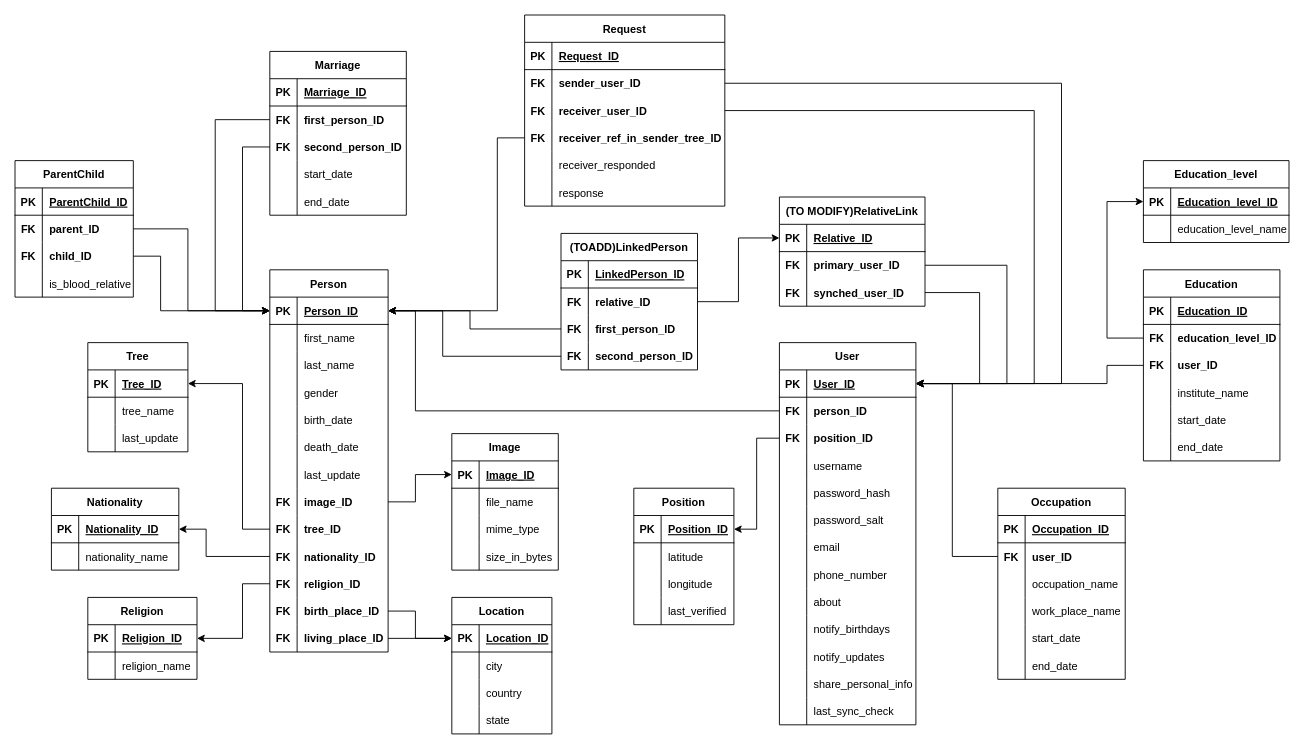
Earlier version of the draw.io diagram genealoryTree.drawio (bogdandr14/Genealogy-Tree). Source tidied: cells renumbered, new cells numbered last; positions are measured from the earlier drawing's top-left corner, leaving out a move shared by most shapes. Both pictures are drawn from the tidied source at 91%, with x=0, y=0 at pixel (15, 15).
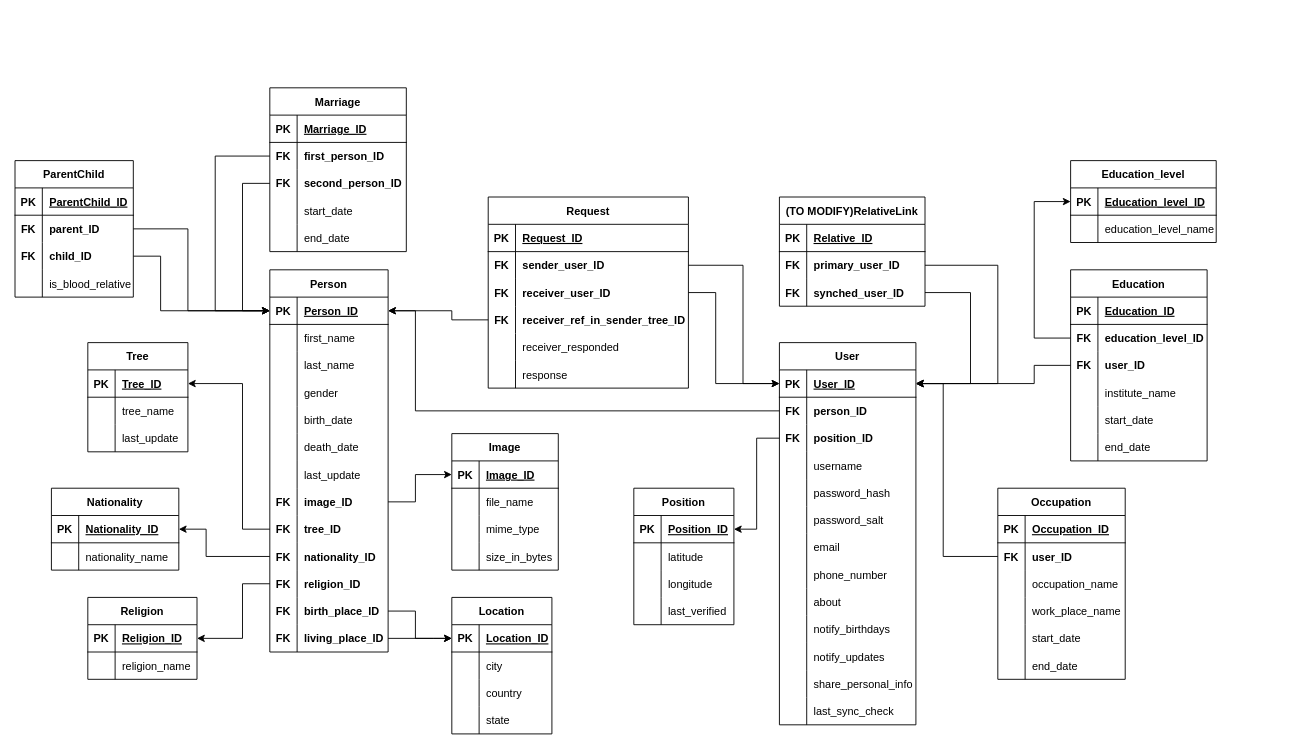
After the change.

Commit message (it also covers changes not shown here):
small improvements to person avatar

Unchanged cells that the change refers to:
```xml
<mxCell id="3" style="shape=partialRectangle;fillColor=none;top=0;left=0;bottom=1;right=0;points=[[0,0.5],[1,0.5]];portConstraint=eastwest;" parent="2" vertex="1">
  <mxGeometry y="30" width="130" height="30" as="geometry" />
</mxCell>
<mxCell id="48" style="shape=partialRectangle;fillColor=none;top=0;left=0;bottom=0;right=0;points=[[0,0.5],[1,0.5]];portConstraint=eastwest;fontStyle=1;" parent="44" vertex="1">
  <mxGeometry y="60" width="150" height="30" as="geometry" />
</mxCell>
<mxCell id="51" style="shape=partialRectangle;fillColor=none;top=0;left=0;bottom=0;right=0;points=[[0,0.5],[1,0.5]];portConstraint=eastwest;fontStyle=1;" parent="44" vertex="1">
  <mxGeometry y="90" width="150" height="30" as="geometry" />
</mxCell>
<mxCell id="61" style="shape=partialRectangle;fillColor=none;top=0;left=0;bottom=1;right=0;points=[[0,0.5],[1,0.5]];portConstraint=eastwest;" parent="60" vertex="1">
  <mxGeometry y="30" width="160" height="30" as="geometry" />
</mxCell>
<mxCell id="64" style="shape=partialRectangle;fillColor=none;top=0;left=0;bottom=0;right=0;points=[[0,0.5],[1,0.5]];portConstraint=eastwest;fontStyle=1;" parent="60" vertex="1">
  <mxGeometry y="60" width="160" height="30" as="geometry" />
</mxCell>
<mxCell id="67" style="shape=partialRectangle;fillColor=none;top=0;left=0;bottom=0;right=0;points=[[0,0.5],[1,0.5]];portConstraint=eastwest;fontStyle=1;" parent="60" vertex="1">
  <mxGeometry y="90" width="160" height="30" as="geometry" />
</mxCell>
<mxCell id="71" style="shape=partialRectangle;fillColor=none;top=0;left=0;bottom=1;right=0;points=[[0,0.5],[1,0.5]];portConstraint=eastwest;" parent="70" vertex="1">
  <mxGeometry y="30" width="150" height="30" as="geometry" />
</mxCell>
<mxCell id="132" style="shape=partialRectangle;fillColor=none;top=0;left=0;bottom=0;right=0;points=[[0,0.5],[1,0.5]];portConstraint=eastwest;fontStyle=1;" parent="128" vertex="1">
  <mxGeometry y="60" width="150" height="30" as="geometry" />
</mxCell>
<mxCell id="135" style="shape=partialRectangle;fillColor=none;top=0;left=0;bottom=0;right=0;points=[[0,0.5],[1,0.5]];portConstraint=eastwest;fontStyle=1;" parent="128" vertex="1">
  <mxGeometry y="90" width="150" height="30" as="geometry" />
</mxCell>
<mxCell id="160" style="shape=partialRectangle;fillColor=none;top=0;left=0;bottom=0;right=0;points=[[0,0.5],[1,0.5]];portConstraint=eastwest;fontStyle=1;" parent="156" vertex="1">
  <mxGeometry y="60" width="140" height="30" as="geometry" />
</mxCell>
<mxCell id="179" style="shape=partialRectangle;fillColor=none;top=0;left=0;bottom=0;right=0;points=[[0,0.5],[1,0.5]];portConstraint=eastwest;fontStyle=1;" parent="175" vertex="1">
  <mxGeometry y="60" width="220" height="30" as="geometry" />
</mxCell>
<mxCell id="182" style="shape=partialRectangle;fillColor=none;top=0;left=0;bottom=0;right=0;points=[[0,0.5],[1,0.5]];portConstraint=eastwest;fontStyle=1;" parent="175" vertex="1">
  <mxGeometry y="90" width="220" height="30" as="geometry" />
</mxCell>
<mxCell id="185" style="shape=partialRectangle;fillColor=none;top=0;left=0;bottom=0;right=0;points=[[0,0.5],[1,0.5]];portConstraint=eastwest;fontStyle=1;" parent="175" vertex="1">
  <mxGeometry y="120" width="220" height="30" as="geometry" />
</mxCell>
<mxCell id="263" style="shape=partialRectangle;fillColor=none;top=0;left=0;bottom=1;right=0;points=[[0,0.5],[1,0.5]];portConstraint=eastwest;" parent="262" vertex="1">
  <mxGeometry y="30" width="160" height="30" as="geometry" />
</mxCell>
```

Change to the diagram source:
```diff
@@
     <mxCell id="42" style="edgeStyle=orthogonalEdgeStyle;rounded=0;jettySize=auto;html=1;exitX=0;exitY=0.5;exitDx=0;exitDy=0;entryX=0;entryY=0.5;entryDx=0;entryDy=0;" parent="1" edge="1" source="51" target="3">
       <mxGeometry relative="1" as="geometry">
         <Array as="points">
-          <mxPoint x="250" y="145" />
+          <mxPoint x="250" y="185" />
           <mxPoint x="250" y="325" />
         </Array>
       </mxGeometry>
     </mxCell>
     <mxCell id="43" style="edgeStyle=orthogonalEdgeStyle;rounded=0;jettySize=auto;html=1;exitX=0;exitY=0.5;exitDx=0;exitDy=0;entryX=0;entryY=0.5;entryDx=0;entryDy=0;" parent="1" edge="1" source="48" target="3">
       <mxGeometry relative="1" as="geometry">
         <Array as="points">
-          <mxPoint x="220" y="115" />
+          <mxPoint x="220" y="155" />
           <mxPoint x="220" y="325" />
         </Array>
       </mxGeometry>
     </mxCell>
     <mxCell id="44" value="Marriage" style="shape=table;startSize=30;childLayout=tableLayout;rowLines=0;fontStyle=1;align=center;" parent="1" vertex="1">
-      <mxGeometry x="280" y="40" width="150" height="180" as="geometry" />
+      <mxGeometry x="280" y="80" width="150" height="180" as="geometry" />
     </mxCell>
@@
     <mxCell id="125" style="edgeStyle=orthogonalEdgeStyle;rounded=0;jettySize=auto;html=1;exitX=1;exitY=0.5;exitDx=0;exitDy=0;entryX=1;entryY=0.5;entryDx=0;entryDy=0;" parent="1" edge="1" source="67" target="71">
       <mxGeometry relative="1" as="geometry">
         <Array as="points">
-          <mxPoint x="1060" y="305" />
-          <mxPoint x="1060" y="405" />
+          <mxPoint x="1050" y="305" />
+          <mxPoint x="1050" y="405" />
         </Array>
       </mxGeometry>
     </mxCell>
     <mxCell id="126" style="edgeStyle=orthogonalEdgeStyle;rounded=0;jettySize=auto;html=1;exitX=1;exitY=0.5;exitDx=0;exitDy=0;entryX=1;entryY=0.5;entryDx=0;entryDy=0;" parent="1" edge="1" source="64" target="71">
       <mxGeometry relative="1" as="geometry">
         <Array as="points">
-          <mxPoint x="1090" y="275" />
-          <mxPoint x="1090" y="405" />
+          <mxPoint x="1080" y="275" />
+          <mxPoint x="1080" y="405" />
         </Array>
       </mxGeometry>
     </mxCell>
@@
     <mxCell id="128" value="Education" style="shape=table;startSize=30;childLayout=tableLayout;rowLines=0;fontStyle=1;align=center;" parent="1" vertex="1">
-      <mxGeometry x="1240" y="280" width="150" height="210" as="geometry" />
+      <mxGeometry x="1160" y="280" width="150" height="210" as="geometry" />
     </mxCell>
@@
     <mxCell id="147" style="edgeStyle=orthogonalEdgeStyle;rounded=0;jettySize=auto;html=1;exitX=0;exitY=0.5;exitDx=0;exitDy=0;entryX=1;entryY=0.5;entryDx=0;entryDy=0;" parent="1" edge="1" source="135" target="71">
       <mxGeometry relative="1" as="geometry">
         <Array as="points">
-          <mxPoint x="1200" y="385" />
-          <mxPoint x="1200" y="405" />
+          <mxPoint x="1120" y="385" />
+          <mxPoint x="1120" y="405" />
         </Array>
       </mxGeometry>
     </mxCell>
@@
     <mxCell id="175" value="Request" style="shape=table;startSize=30;childLayout=tableLayout;rowLines=0;fontStyle=1;align=center;" parent="1" vertex="1">
-      <mxGeometry x="560" width="220" height="210" as="geometry" />
+      <mxGeometry x="520" y="200" width="220" height="210" as="geometry" />
     </mxCell>
@@
     <mxCell id="194" style="edgeStyle=orthogonalEdgeStyle;rounded=0;jettySize=auto;html=1;exitX=0;exitY=0.5;exitDx=0;exitDy=0;entryX=1;entryY=0.5;entryDx=0;entryDy=0;" parent="1" edge="1" source="160" target="71">
       <mxGeometry relative="1" as="geometry">
         <Array as="points">
-          <mxPoint x="1030" y="595" />
-          <mxPoint x="1030" y="405" />
+          <mxPoint x="1020" y="595" />
+          <mxPoint x="1020" y="405" />
         </Array>
       </mxGeometry>
     </mxCell>
-    <mxCell id="195" style="edgeStyle=orthogonalEdgeStyle;rounded=0;jettySize=auto;html=1;exitX=1;exitY=0.5;exitDx=0;exitDy=0;" parent="1" edge="1" source="179" target="71">
+    <mxCell id="195" style="edgeStyle=orthogonalEdgeStyle;rounded=0;jettySize=auto;html=1;exitX=1;exitY=0.5;exitDx=0;exitDy=0;entryX=0;entryY=0.5;entryDx=0;entryDy=0;" parent="1" edge="1" source="179" target="71">
       <mxGeometry relative="1" as="geometry">
         <Array as="points">
-          <mxPoint x="1150" y="75" />
-          <mxPoint x="1150" y="405" />
+          <mxPoint x="800" y="275" />
+          <mxPoint x="800" y="405" />
         </Array>
       </mxGeometry>
     </mxCell>
-    <mxCell id="196" style="edgeStyle=orthogonalEdgeStyle;rounded=0;jettySize=auto;html=1;exitX=1;exitY=0.5;exitDx=0;exitDy=0;entryX=1;entryY=0.5;entryDx=0;entryDy=0;" parent="1" edge="1" source="182" target="71">
+    <mxCell id="196" style="edgeStyle=orthogonalEdgeStyle;rounded=0;jettySize=auto;html=1;exitX=1;exitY=0.5;exitDx=0;exitDy=0;entryX=0;entryY=0.5;entryDx=0;entryDy=0;" parent="1" edge="1" source="182" target="71">
       <mxGeometry relative="1" as="geometry">
         <Array as="points">
-          <mxPoint x="1120" y="105" />
-          <mxPoint x="1120" y="405" />
+          <mxPoint x="770" y="305" />
+          <mxPoint x="770" y="405" />
         </Array>
       </mxGeometry>
     </mxCell>
     <mxCell id="197" style="edgeStyle=orthogonalEdgeStyle;rounded=0;jettySize=auto;html=1;exitX=0;exitY=0.5;exitDx=0;exitDy=0;entryX=1;entryY=0.5;entryDx=0;entryDy=0;" parent="1" edge="1" source="185" target="3">
       <mxGeometry relative="1" as="geometry">
         <Array as="points">
-          <mxPoint x="530" y="135" />
-          <mxPoint x="530" y="325" />
+          <mxPoint x="480" y="335" />
+          <mxPoint x="480" y="325" />
         </Array>
       </mxGeometry>
     </mxCell>
@@
-    <mxCell id="221" value="(TOADD)LinkedPerson" style="shape=table;startSize=30;childLayout=tableLayout;rowLines=0;fontStyle=1;align=center;" parent="1" vertex="1">
-      <mxGeometry x="600" y="240" width="150" height="150" as="geometry" />
-    </mxCell>
-    <mxCell id="222" style="shape=partialRectangle;fillColor=none;top=0;left=0;bottom=1;right=0;" parent="221" vertex="1">
-      <mxGeometry y="30" width="150" height="30" as="geometry" />
-    </mxCell>
-    <mxCell id="223" value="PK" style="shape=partialRectangle;fillColor=none;top=0;left=0;bottom=0;right=0;fontStyle=1;overflow=hidden;" parent="222" vertex="1">
-      <mxGeometry width="30" height="30" as="geometry" />
-    </mxCell>
-    <mxCell id="224" value="LinkedPerson_ID" style="shape=partialRectangle;fillColor=none;top=0;left=0;bottom=0;right=0;align=left;spacingLeft=6;fontStyle=5;overflow=hidden;" parent="222" vertex="1">
-      <mxGeometry x="30" width="120" height="30" as="geometry" />
-    </mxCell>
-    <mxCell id="225" style="shape=partialRectangle;fillColor=none;top=0;left=0;bottom=0;right=0;points=[[0,0.5],[1,0.5]];portConstraint=eastwest;fontStyle=1;" parent="221" vertex="1">
-      <mxGeometry y="60" width="150" height="30" as="geometry" />
-    </mxCell>
-    <mxCell id="226" value="FK" style="shape=partialRectangle;fillColor=none;top=0;left=0;bottom=0;right=0;overflow=hidden;fontStyle=1;" parent="225" vertex="1">
-      <mxGeometry width="30" height="30" as="geometry" />
-    </mxCell>
-    <mxCell id="227" value="relative_ID" style="shape=partialRectangle;fillColor=none;top=0;left=0;bottom=0;right=0;align=left;spacingLeft=6;overflow=hidden;fontStyle=1;" parent="225" vertex="1">
-      <mxGeometry x="30" width="120" height="30" as="geometry" />
-    </mxCell>
-    <mxCell id="228" style="shape=partialRectangle;fillColor=none;top=0;left=0;bottom=0;right=0;points=[[0,0.5],[1,0.5]];portConstraint=eastwest;fontStyle=1;" parent="221" vertex="1">
-      <mxGeometry y="90" width="150" height="30" as="geometry" />
-    </mxCell>
-    <mxCell id="229" value="FK" style="shape=partialRectangle;fillColor=none;top=0;left=0;bottom=0;right=0;overflow=hidden;fontStyle=1;" parent="228" vertex="1">
-      <mxGeometry width="30" height="30" as="geometry" />
-    </mxCell>
-    <mxCell id="230" value="first_person_ID" style="shape=partialRectangle;fillColor=none;top=0;left=0;bottom=0;right=0;align=left;spacingLeft=6;overflow=hidden;fontStyle=1;" parent="228" vertex="1">
-      <mxGeometry x="30" width="120" height="30" as="geometry" />
-    </mxCell>
-    <mxCell id="231" style="shape=partialRectangle;fillColor=none;top=0;left=0;bottom=0;right=0;points=[[0,0.5],[1,0.5]];portConstraint=eastwest;fontStyle=1;" parent="221" vertex="1">
-      <mxGeometry y="120" width="150" height="30" as="geometry" />
-    </mxCell>
-    <mxCell id="232" value="FK" style="shape=partialRectangle;fillColor=none;top=0;left=0;bottom=0;right=0;overflow=hidden;fontStyle=1;" parent="231" vertex="1">
-      <mxGeometry width="30" height="30" as="geometry" />
-    </mxCell>
-    <mxCell id="233" value="second_person_ID" style="shape=partialRectangle;fillColor=none;top=0;left=0;bottom=0;right=0;align=left;spacingLeft=6;overflow=hidden;fontStyle=1;" parent="231" vertex="1">
-      <mxGeometry x="30" width="120" height="30" as="geometry" />
-    </mxCell>
-    <mxCell id="234" style="edgeStyle=orthogonalEdgeStyle;rounded=0;jettySize=auto;html=1;exitX=1;exitY=0.5;exitDx=0;exitDy=0;" parent="1" edge="1" source="225" target="61">
-      <mxGeometry relative="1" as="geometry" />
-    </mxCell>
-    <mxCell id="235" style="edgeStyle=orthogonalEdgeStyle;rounded=0;jettySize=auto;html=1;exitX=0;exitY=0.5;exitDx=0;exitDy=0;entryX=1;entryY=0.5;entryDx=0;entryDy=0;" parent="1" edge="1" source="228" target="3">
-      <mxGeometry relative="1" as="geometry">
-        <Array as="points">
-          <mxPoint x="500" y="345" />
-          <mxPoint x="500" y="325" />
-        </Array>
-      </mxGeometry>
-    </mxCell>
-    <mxCell id="236" style="edgeStyle=orthogonalEdgeStyle;rounded=0;jettySize=auto;html=1;exitX=0;exitY=0.5;exitDx=0;exitDy=0;entryX=1;entryY=0.5;entryDx=0;entryDy=0;" parent="1" edge="1" source="231" target="3">
-      <mxGeometry relative="1" as="geometry">
-        <Array as="points">
-          <mxPoint x="470" y="375" />
-          <mxPoint x="470" y="325" />
-        </Array>
-      </mxGeometry>
-    </mxCell>
@@
     <mxCell id="262" value="Education_level" style="shape=table;startSize=30;childLayout=tableLayout;rowLines=0;fontStyle=1;align=center;" parent="1" vertex="1">
-      <mxGeometry x="1240" y="160" width="160" height="90" as="geometry" />
+      <mxGeometry x="1160" y="160" width="160" height="90" as="geometry" />
     </mxCell>
@@
     <mxCell id="269" style="edgeStyle=orthogonalEdgeStyle;rounded=0;jettySize=auto;html=1;exitX=0;exitY=0.5;exitDx=0;exitDy=0;" parent="1" edge="1" source="132" target="263">
       <mxGeometry relative="1" as="geometry">
         <Array as="points">
-          <mxPoint x="1200" y="355" />
-          <mxPoint x="1200" y="205" />
+          <mxPoint x="1120" y="355" />
+          <mxPoint x="1120" y="205" />
         </Array>
       </mxGeometry>
     </mxCell>
```
